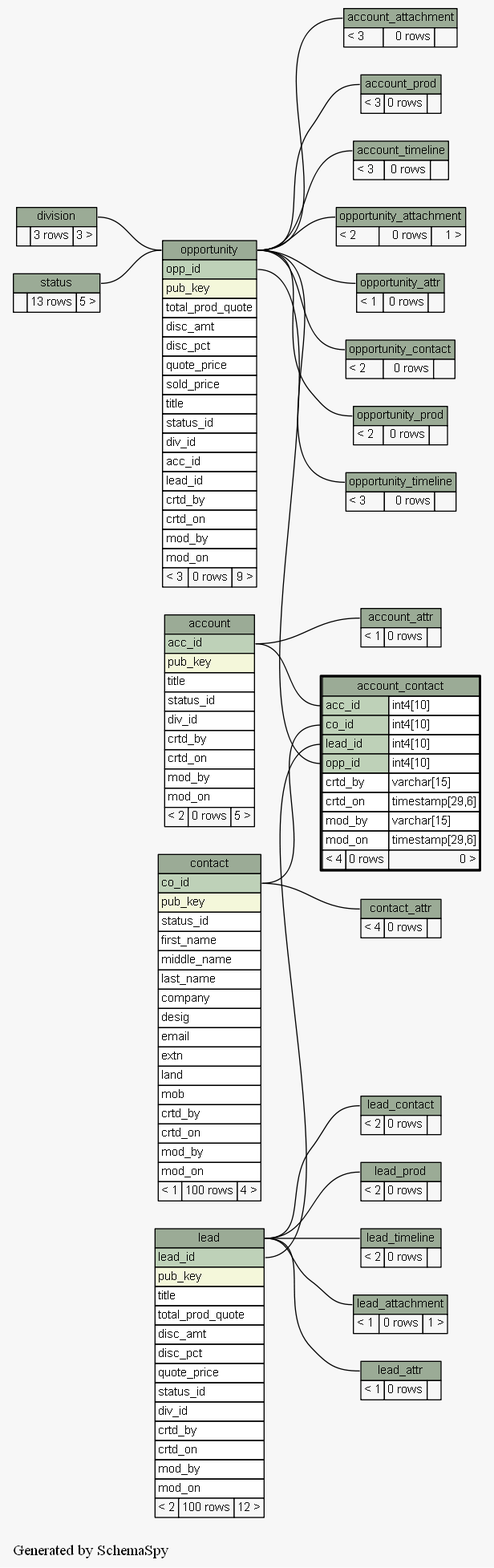
Earlier version of the Graphviz export docs/database/schemaspy/graphs/account_contact.2degrees.png (engineerscraft/salesforce). Its source is kept beside it as docs/database/schemaspy/graphs/account_contact.1degree.dot.
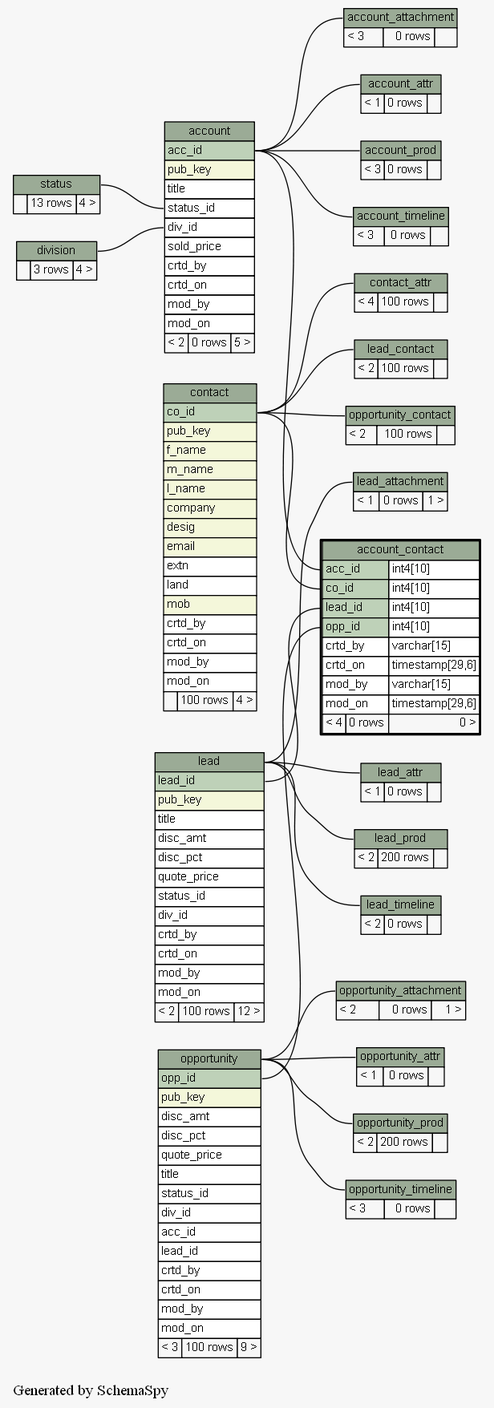
After the commit.

Diff of the diagram source:
```diff
@@ -26,6 +26,7 @@
       <TR><TD PORT="title" COLSPAN="3" ALIGN="LEFT">title</TD></TR>
       <TR><TD PORT="status_id" COLSPAN="3" ALIGN="LEFT">status_id</TD></TR>
       <TR><TD PORT="div_id" COLSPAN="3" ALIGN="LEFT">div_id</TD></TR>
+      <TR><TD PORT="sold_price" COLSPAN="3" ALIGN="LEFT">sold_price</TD></TR>
       <TR><TD PORT="crtd_by" COLSPAN="3" ALIGN="LEFT">crtd_by</TD></TR>
       <TR><TD PORT="crtd_on" COLSPAN="3" ALIGN="LEFT">crtd_on</TD></TR>
       <TR><TD PORT="mod_by" COLSPAN="3" ALIGN="LEFT">mod_by</TD></TR>
@@ -58,21 +59,20 @@
       <TR><TD PORT="contact.heading" COLSPAN="3" BGCOLOR="#9bab96" ALIGN="CENTER">contact</TD></TR>
       <TR><TD PORT="co_id" COLSPAN="3" BGCOLOR="#bed1b8" ALIGN="LEFT">co_id</TD></TR>
       <TR><TD PORT="pub_key" COLSPAN="3" BGCOLOR="#f4f7da" ALIGN="LEFT">pub_key</TD></TR>
-      <TR><TD PORT="status_id" COLSPAN="3" ALIGN="LEFT">status_id</TD></TR>
-      <TR><TD PORT="first_name" COLSPAN="3" ALIGN="LEFT">first_name</TD></TR>
-      <TR><TD PORT="middle_name" COLSPAN="3" ALIGN="LEFT">middle_name</TD></TR>
-      <TR><TD PORT="last_name" COLSPAN="3" ALIGN="LEFT">last_name</TD></TR>
-      <TR><TD PORT="company" COLSPAN="3" ALIGN="LEFT">company</TD></TR>
-      <TR><TD PORT="desig" COLSPAN="3" ALIGN="LEFT">desig</TD></TR>
-      <TR><TD PORT="email" COLSPAN="3" ALIGN="LEFT">email</TD></TR>
+      <TR><TD PORT="f_name" COLSPAN="3" BGCOLOR="#f4f7da" ALIGN="LEFT">f_name</TD></TR>
+      <TR><TD PORT="m_name" COLSPAN="3" BGCOLOR="#f4f7da" ALIGN="LEFT">m_name</TD></TR>
+      <TR><TD PORT="l_name" COLSPAN="3" BGCOLOR="#f4f7da" ALIGN="LEFT">l_name</TD></TR>
+      <TR><TD PORT="company" COLSPAN="3" BGCOLOR="#f4f7da" ALIGN="LEFT">company</TD></TR>
+      <TR><TD PORT="desig" COLSPAN="3" BGCOLOR="#f4f7da" ALIGN="LEFT">desig</TD></TR>
+      <TR><TD PORT="email" COLSPAN="3" BGCOLOR="#f4f7da" ALIGN="LEFT">email</TD></TR>
       <TR><TD PORT="extn" COLSPAN="3" ALIGN="LEFT">extn</TD></TR>
       <TR><TD PORT="land" COLSPAN="3" ALIGN="LEFT">land</TD></TR>
-      <TR><TD PORT="mob" COLSPAN="3" ALIGN="LEFT">mob</TD></TR>
+      <TR><TD PORT="mob" COLSPAN="3" BGCOLOR="#f4f7da" ALIGN="LEFT">mob</TD></TR>
       <TR><TD PORT="crtd_by" COLSPAN="3" ALIGN="LEFT">crtd_by</TD></TR>
       <TR><TD PORT="crtd_on" COLSPAN="3" ALIGN="LEFT">crtd_on</TD></TR>
       <TR><TD PORT="mod_by" COLSPAN="3" ALIGN="LEFT">mod_by</TD></TR>
       <TR><TD PORT="mod_on" COLSPAN="3" ALIGN="LEFT">mod_on</TD></TR>
-      <TR><TD ALIGN="LEFT" BGCOLOR="#f7f7f7">&lt; 1</TD><TD ALIGN="RIGHT" BGCOLOR="#f7f7f7">100 rows</TD><TD ALIGN="RIGHT" BGCOLOR="#f7f7f7">4 &gt;</TD></TR>
+      <TR><TD ALIGN="LEFT" BGCOLOR="#f7f7f7">  </TD><TD ALIGN="RIGHT" BGCOLOR="#f7f7f7">100 rows</TD><TD ALIGN="RIGHT" BGCOLOR="#f7f7f7">4 &gt;</TD></TR>
     </TABLE>>
     URL="contact.html#graph"
     tooltip="contact"
@@ -84,7 +84,6 @@
       <TR><TD PORT="lead_id" COLSPAN="3" BGCOLOR="#bed1b8" ALIGN="LEFT">lead_id</TD></TR>
       <TR><TD PORT="pub_key" COLSPAN="3" BGCOLOR="#f4f7da" ALIGN="LEFT">pub_key</TD></TR>
       <TR><TD PORT="title" COLSPAN="3" ALIGN="LEFT">title</TD></TR>
-      <TR><TD PORT="total_prod_quote" COLSPAN="3" ALIGN="LEFT">total_prod_quote</TD></TR>
       <TR><TD PORT="disc_amt" COLSPAN="3" ALIGN="LEFT">disc_amt</TD></TR>
       <TR><TD PORT="disc_pct" COLSPAN="3" ALIGN="LEFT">disc_pct</TD></TR>
       <TR><TD PORT="quote_price" COLSPAN="3" ALIGN="LEFT">quote_price</TD></TR>
@@ -105,11 +104,9 @@
       <TR><TD PORT="opportunity.heading" COLSPAN="3" BGCOLOR="#9bab96" ALIGN="CENTER">opportunity</TD></TR>
       <TR><TD PORT="opp_id" COLSPAN="3" BGCOLOR="#bed1b8" ALIGN="LEFT">opp_id</TD></TR>
       <TR><TD PORT="pub_key" COLSPAN="3" BGCOLOR="#f4f7da" ALIGN="LEFT">pub_key</TD></TR>
-      <TR><TD PORT="total_prod_quote" COLSPAN="3" ALIGN="LEFT">total_prod_quote</TD></TR>
       <TR><TD PORT="disc_amt" COLSPAN="3" ALIGN="LEFT">disc_amt</TD></TR>
       <TR><TD PORT="disc_pct" COLSPAN="3" ALIGN="LEFT">disc_pct</TD></TR>
       <TR><TD PORT="quote_price" COLSPAN="3" ALIGN="LEFT">quote_price</TD></TR>
-      <TR><TD PORT="sold_price" COLSPAN="3" ALIGN="LEFT">sold_price</TD></TR>
       <TR><TD PORT="title" COLSPAN="3" ALIGN="LEFT">title</TD></TR>
       <TR><TD PORT="status_id" COLSPAN="3" ALIGN="LEFT">status_id</TD></TR>
       <TR><TD PORT="div_id" COLSPAN="3" ALIGN="LEFT">div_id</TD></TR>
@@ -119,7 +116,7 @@
       <TR><TD PORT="crtd_on" COLSPAN="3" ALIGN="LEFT">crtd_on</TD></TR>
       <TR><TD PORT="mod_by" COLSPAN="3" ALIGN="LEFT">mod_by</TD></TR>
       <TR><TD PORT="mod_on" COLSPAN="3" ALIGN="LEFT">mod_on</TD></TR>
-      <TR><TD ALIGN="LEFT" BGCOLOR="#f7f7f7">&lt; 3</TD><TD ALIGN="RIGHT" BGCOLOR="#f7f7f7">0 rows</TD><TD ALIGN="RIGHT" BGCOLOR="#f7f7f7">9 &gt;</TD></TR>
+      <TR><TD ALIGN="LEFT" BGCOLOR="#f7f7f7">&lt; 3</TD><TD ALIGN="RIGHT" BGCOLOR="#f7f7f7">100 rows</TD><TD ALIGN="RIGHT" BGCOLOR="#f7f7f7">9 &gt;</TD></TR>
     </TABLE>>
     URL="opportunity.html#graph"
     tooltip="opportunity"
```
